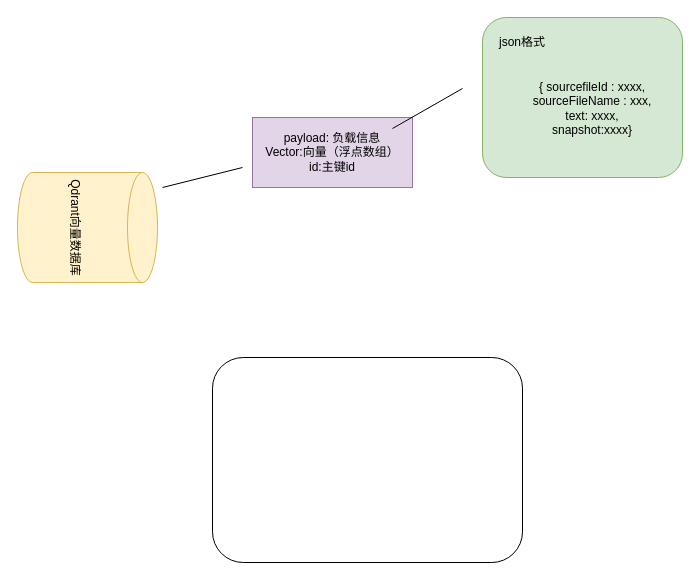
Earlier version of the draw.io diagram draw.io/信息来源展示.drawio (KeatonLi/pictures). Source tidied: cells renumbered, new cells numbered last; positions are measured from the earlier drawing's top-left corner, leaving out a move shared by most shapes. Both pictures are drawn from the tidied source at 100%, with x=0, y=0 at pixel (32, 17).
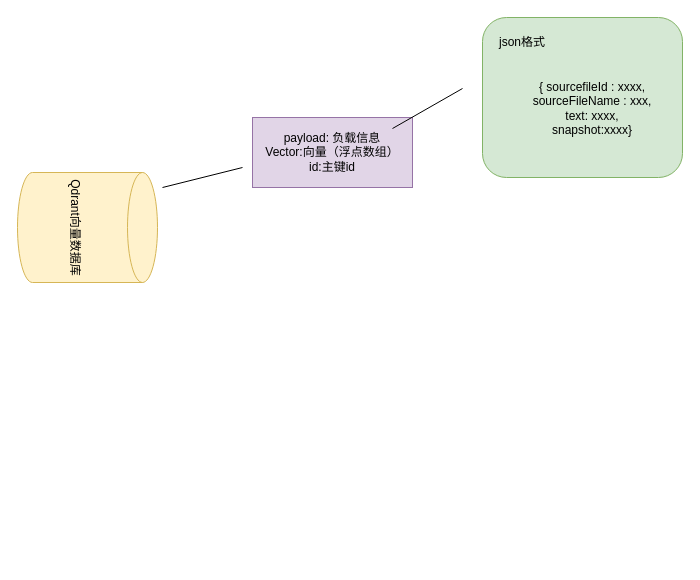
Above is the later version.

Commit message (it also covers changes not shown here):
更新信息来源展示.drawio

What changed in the source:
```diff
@@
 <mxGraphModel>
   <root>
     <mxCell id="0" />
     <mxCell id="1" parent="0" />
-    <mxCell id="2" style="rounded=1;whiteSpace=wrap;html=1;" parent="1" vertex="1">
-      <mxGeometry x="180" y="340" width="310" height="205" as="geometry" />
-    </mxCell>
     <mxCell id="3" value="Qdrant向量数据库" style="shape=cylinder3;whiteSpace=wrap;html=1;boundedLbl=1;backgroundOutline=1;size=15;rotation=90;fillColor=#fff2cc;strokeColor=#d6b656;" parent="1" vertex="1">
       <mxGeometry y="140" width="110" height="140" as="geometry" />
     </mxCell>
     <mxCell id="4" style="endArrow=none;html=1;rounded=0;" parent="1" edge="1">
       <mxGeometry relative="1" as="geometry">
         <mxPoint x="130" y="170" as="sourcePoint" />
         <mxPoint x="210" y="150" as="targetPoint" />
       </mxGeometry>
     </mxCell>
     <mxCell id="5" value="&lt;div&gt;&lt;br&gt;&lt;/div&gt;payload: 负载信息&lt;div&gt;Vector:向量（浮点数组）&lt;/div&gt;&lt;div&gt;id:主键id&lt;/div&gt;&lt;div&gt;&lt;br&gt;&lt;/div&gt;" style="rounded=0;whiteSpace=wrap;html=1;fillColor=#e1d5e7;strokeColor=#9673a6;" parent="1" vertex="1">
       <mxGeometry x="220" y="100" width="160" height="70" as="geometry" />
     </mxCell>
     <mxCell id="6" style="endArrow=none;html=1;rounded=0;" parent="1" edge="1">
       <mxGeometry relative="1" as="geometry">
         <mxPoint x="360" y="111" as="sourcePoint" />
         <mxPoint x="430" y="71" as="targetPoint" />
       </mxGeometry>
     </mxCell>
     <mxCell id="7" style="rounded=1;whiteSpace=wrap;html=1;fillColor=#d5e8d4;strokeColor=#82b366;" parent="1" vertex="1">
       <mxGeometry x="450" width="200" height="160" as="geometry" />
     </mxCell>
     <mxCell id="8" value="json格式" style="text;html=1;align=center;verticalAlign=middle;whiteSpace=wrap;rounded=0;" parent="1" vertex="1">
       <mxGeometry x="460" y="10" width="60" height="30" as="geometry" />
     </mxCell>
     <mxCell id="9" value="{ sourcefileId : xxxx,&lt;div&gt;sourceFileName : xxx,&lt;/div&gt;&lt;div&gt;text: xxxx,&lt;/div&gt;&lt;div&gt;&lt;span style=&quot;background-color: initial;&quot;&gt;snapshot:xxxx}&lt;/span&gt;&lt;/div&gt;" style="text;html=1;align=center;verticalAlign=middle;whiteSpace=wrap;rounded=0;" parent="1" vertex="1">
       <mxGeometry x="470" y="61" width="180" height="60" as="geometry" />
     </mxCell>
   </root>
 </mxGraphModel>
```
